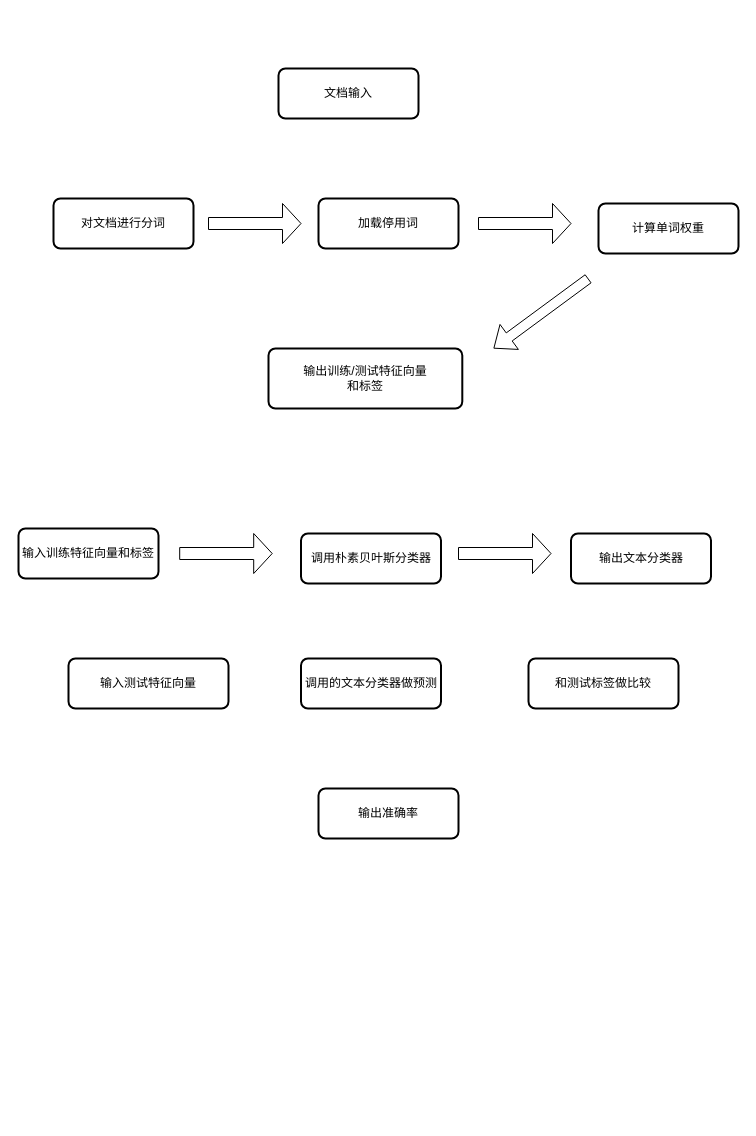
The draw.io diagram page "第 1 页" (1 of 2) of 贝叶斯文本分类流程.drawio in RecordLiu/blog_imgs, before the edit. Source tidied: cells renumbered, new cells numbered last; positions are measured from the earlier drawing's top-left corner, leaving out a move shared by most shapes. Both pictures are drawn from the tidied source at 100%, with x=0, y=0 at pixel (18, 68).
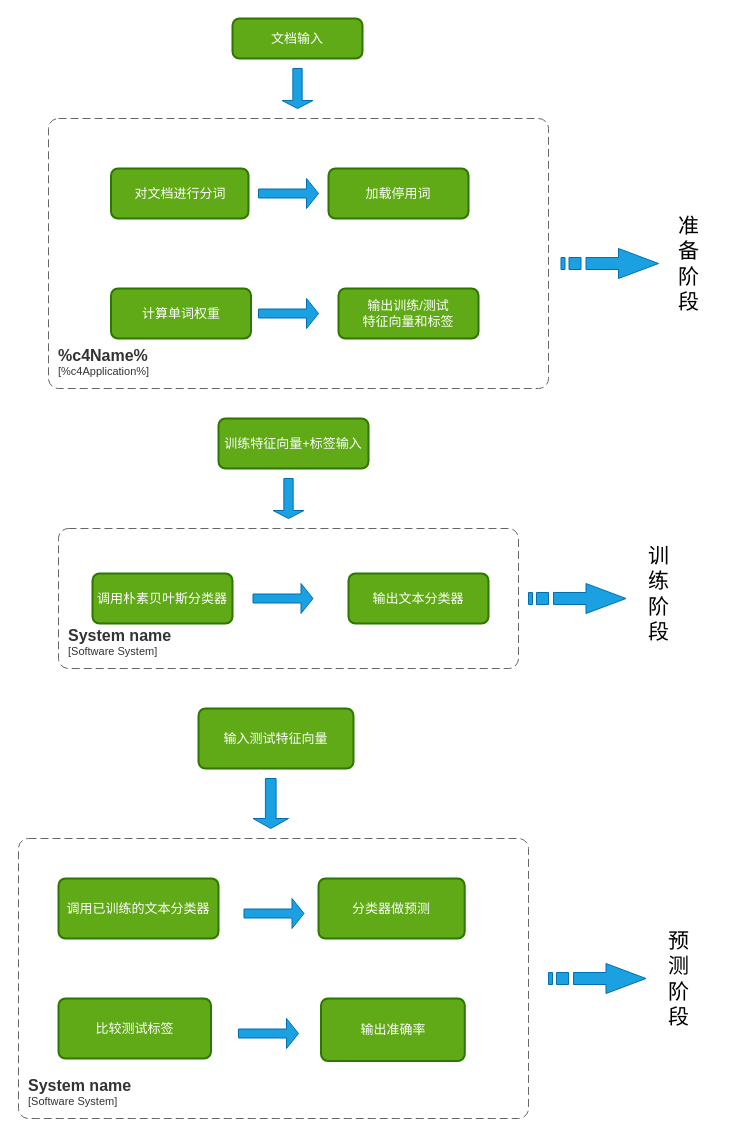
Above is the later version.

Commit message:
更新贝叶斯文本分类流程.drawio

Diff of the diagram source:
```diff
@@
-<mxGraphModel>
+<mxGraphModel background="#ffffff">
@@
-    <mxCell id="2" value="对文档进行分词" style="rounded=1;whiteSpace=wrap;html=1;absoluteArcSize=1;arcSize=14;strokeWidth=2;" parent="1" vertex="1">
-      <mxGeometry x="35" y="130" width="140" height="50" as="geometry" />
+    <mxCell id="2" value="&lt;font style=&quot;font-size: 13px;&quot;&gt;对文档进行分词&lt;/font&gt;" style="rounded=1;whiteSpace=wrap;html=1;absoluteArcSize=1;arcSize=14;strokeWidth=2;fillColor=#60a917;fontColor=#ffffff;strokeColor=#2D7600;" parent="1" vertex="1">
+      <mxGeometry x="92.5" y="100" width="137.5" height="50" as="geometry" />
     </mxCell>
-    <mxCell id="3" value="加载停用词" style="rounded=1;whiteSpace=wrap;html=1;absoluteArcSize=1;arcSize=14;strokeWidth=2;" parent="1" vertex="1">
-      <mxGeometry x="300" y="130" width="140" height="50" as="geometry" />
+    <mxCell id="3" value="&lt;font style=&quot;font-size: 13px;&quot;&gt;加载停用词&lt;/font&gt;" style="rounded=1;whiteSpace=wrap;html=1;absoluteArcSize=1;arcSize=14;strokeWidth=2;fillColor=#60a917;fontColor=#ffffff;strokeColor=#2D7600;" parent="1" vertex="1">
+      <mxGeometry x="310" y="100" width="140" height="50" as="geometry" />
     </mxCell>
-    <mxCell id="4" value="计算单词权重" style="rounded=1;whiteSpace=wrap;html=1;absoluteArcSize=1;arcSize=14;strokeWidth=2;" parent="1" vertex="1">
-      <mxGeometry x="580" y="135" width="140" height="50" as="geometry" />
+    <mxCell id="4" value="&lt;font style=&quot;font-size: 13px;&quot;&gt;计算单词权重&lt;/font&gt;" style="rounded=1;whiteSpace=wrap;html=1;absoluteArcSize=1;arcSize=14;strokeWidth=2;fillColor=#60a917;fontColor=#ffffff;strokeColor=#2D7600;" parent="1" vertex="1">
+      <mxGeometry x="92.5" y="220" width="140" height="50" as="geometry" />
     </mxCell>
-    <mxCell id="5" style="shape=singleArrow;whiteSpace=wrap;html=1;" parent="1" vertex="1">
-      <mxGeometry x="190" y="135" width="92.5" height="40" as="geometry" />
-    </mxCell>
-    <mxCell id="6" value="调用朴素贝叶斯分类器" style="rounded=1;whiteSpace=wrap;html=1;absoluteArcSize=1;arcSize=14;strokeWidth=2;" parent="1" vertex="1">
-      <mxGeometry x="282.5" y="465" width="140" height="50" as="geometry" />
+    <mxCell id="6" value="&lt;font style=&quot;font-size: 13px;&quot;&gt;调用朴素贝叶斯分类器&lt;/font&gt;" style="rounded=1;whiteSpace=wrap;html=1;absoluteArcSize=1;arcSize=14;strokeWidth=2;fillColor=#60a917;fontColor=#ffffff;strokeColor=#2D7600;" parent="1" vertex="1">
+      <mxGeometry x="74" y="505" width="140" height="50" as="geometry" />
     </mxCell>
-    <mxCell id="7" value="文档输入" style="rounded=1;whiteSpace=wrap;html=1;absoluteArcSize=1;arcSize=14;strokeWidth=2;" parent="1" vertex="1">
-      <mxGeometry x="260" width="140" height="50" as="geometry" />
+    <mxCell id="7" value="&lt;font style=&quot;font-size: 13px;&quot;&gt;文档输入&lt;/font&gt;" style="rounded=1;whiteSpace=wrap;html=1;absoluteArcSize=1;arcSize=14;strokeWidth=2;fillColor=#60a917;fontColor=#ffffff;strokeColor=#2D7600;" parent="1" vertex="1">
+      <mxGeometry x="214" y="-50" width="130" height="40" as="geometry" />
     </mxCell>
-    <mxCell id="8" value="&lt;div&gt;输出训练/测试特征向量&lt;/div&gt;&lt;div&gt;和标签&lt;/div&gt;" style="rounded=1;whiteSpace=wrap;html=1;absoluteArcSize=1;arcSize=14;strokeWidth=2;" parent="1" vertex="1">
-      <mxGeometry x="250" y="280" width="193.8" height="60" as="geometry" />
+    <mxCell id="8" value="&lt;div style=&quot;font-size: 13px;&quot;&gt;&lt;font style=&quot;font-size: 13px;&quot;&gt;输出训练/测试&lt;/font&gt;&lt;/div&gt;&lt;div style=&quot;font-size: 13px;&quot;&gt;&lt;font style=&quot;font-size: 13px;&quot;&gt;特征向量&lt;span style=&quot;background-color: initial;&quot;&gt;和标签&lt;/span&gt;&lt;/font&gt;&lt;/div&gt;" style="rounded=1;whiteSpace=wrap;html=1;absoluteArcSize=1;arcSize=14;strokeWidth=2;fillColor=#60a917;fontColor=#ffffff;strokeColor=#2D7600;" parent="1" vertex="1">
+      <mxGeometry x="320" y="220" width="140" height="50" as="geometry" />
     </mxCell>
-    <mxCell id="9" style="shape=flexArrow;endArrow=classic;html=1;rounded=0;" parent="1" edge="1">
-      <mxGeometry relative="1" as="geometry">
-        <mxPoint x="570" y="210" as="sourcePoint" />
-        <mxPoint x="475" y="280" as="targetPoint" />
-      </mxGeometry>
-    </mxCell>
-    <mxCell id="10" style="shape=singleArrow;whiteSpace=wrap;html=1;" parent="1" vertex="1">
-      <mxGeometry x="460" y="135" width="92.5" height="40" as="geometry" />
-    </mxCell>
-    <mxCell id="11" value="输入训练特征向量和标签" style="rounded=1;whiteSpace=wrap;html=1;absoluteArcSize=1;arcSize=14;strokeWidth=2;" parent="1" vertex="1">
-      <mxGeometry y="460" width="140" height="50" as="geometry" />
+    <mxCell id="11" value="&lt;font style=&quot;font-size: 13px;&quot;&gt;训练特征向量+标签输入&lt;/font&gt;" style="rounded=1;whiteSpace=wrap;html=1;absoluteArcSize=1;arcSize=14;strokeWidth=2;fillColor=#60a917;fontColor=#ffffff;strokeColor=#2D7600;" parent="1" vertex="1">
+      <mxGeometry x="200" y="350" width="150" height="50" as="geometry" />
     </mxCell>
-    <mxCell id="12" value="输出文本分类器" style="rounded=1;whiteSpace=wrap;html=1;absoluteArcSize=1;arcSize=14;strokeWidth=2;" parent="1" vertex="1">
-      <mxGeometry x="552.5" y="465" width="140" height="50" as="geometry" />
+    <mxCell id="12" value="&lt;font style=&quot;font-size: 13px;&quot;&gt;输出文本分类器&lt;/font&gt;" style="rounded=1;whiteSpace=wrap;html=1;absoluteArcSize=1;arcSize=14;strokeWidth=2;fillColor=#60a917;fontColor=#ffffff;strokeColor=#2D7600;" parent="1" vertex="1">
+      <mxGeometry x="330" y="505" width="140" height="50" as="geometry" />
     </mxCell>
-    <mxCell id="13" style="shape=singleArrow;whiteSpace=wrap;html=1;" parent="1" vertex="1">
-      <mxGeometry x="161.2" y="465" width="92.5" height="40" as="geometry" />
-    </mxCell>
-    <mxCell id="14" style="shape=singleArrow;whiteSpace=wrap;html=1;" parent="1" vertex="1">
-      <mxGeometry x="440" y="465" width="92.5" height="40" as="geometry" />
-    </mxCell>
-    <mxCell id="15" value="输入测试特征向量" style="rounded=1;whiteSpace=wrap;html=1;absoluteArcSize=1;arcSize=14;strokeWidth=2;" parent="1" vertex="1">
-      <mxGeometry x="50" y="590" width="160" height="50" as="geometry" />
+    <mxCell id="15" value="&lt;font style=&quot;font-size: 13px;&quot;&gt;输入测试特征向量&lt;/font&gt;" style="rounded=1;whiteSpace=wrap;html=1;absoluteArcSize=1;arcSize=14;strokeWidth=2;fillColor=#60a917;fontColor=#ffffff;strokeColor=#2D7600;" parent="1" vertex="1">
+      <mxGeometry x="180" y="640" width="155" height="60" as="geometry" />
     </mxCell>
-    <mxCell id="16" value="调用的文本分类器做预测" style="rounded=1;whiteSpace=wrap;html=1;absoluteArcSize=1;arcSize=14;strokeWidth=2;" parent="1" vertex="1">
-      <mxGeometry x="282.5" y="590" width="140" height="50" as="geometry" />
+    <mxCell id="16" value="&lt;font style=&quot;font-size: 13px;&quot;&gt;调用已训练的文本分类器&lt;/font&gt;" style="rounded=1;whiteSpace=wrap;html=1;absoluteArcSize=1;arcSize=14;strokeWidth=2;fillColor=#60a917;fontColor=#ffffff;strokeColor=#2D7600;" parent="1" vertex="1">
+      <mxGeometry x="40" y="810" width="160" height="60" as="geometry" />
     </mxCell>
-    <mxCell id="17" value="输出准确率" style="rounded=1;whiteSpace=wrap;html=1;absoluteArcSize=1;arcSize=14;strokeWidth=2;" parent="1" vertex="1">
-      <mxGeometry x="300" y="720" width="140" height="50" as="geometry" />
+    <mxCell id="17" value="&lt;font style=&quot;font-size: 13px;&quot;&gt;输出准确率&lt;/font&gt;" style="rounded=1;whiteSpace=wrap;html=1;absoluteArcSize=1;arcSize=14;strokeWidth=2;fillColor=#60a917;fontColor=#ffffff;strokeColor=#2D7600;" parent="1" vertex="1">
+      <mxGeometry x="302.5" y="930" width="143.8" height="62.5" as="geometry" />
     </mxCell>
-    <mxCell id="18" value="和测试标签做比较" style="rounded=1;whiteSpace=wrap;html=1;absoluteArcSize=1;arcSize=14;strokeWidth=2;" parent="1" vertex="1">
-      <mxGeometry x="510" y="590" width="150" height="50" as="geometry" />
+    <mxCell id="18" value="&lt;font style=&quot;font-size: 13px;&quot;&gt;比较测试标签&lt;/font&gt;" style="rounded=1;whiteSpace=wrap;html=1;absoluteArcSize=1;arcSize=14;strokeWidth=2;fillColor=#60a917;fontColor=#ffffff;strokeColor=#2D7600;" parent="1" vertex="1">
+      <mxGeometry x="40" y="930" width="152.5" height="60" as="geometry" />
     </mxCell>
+    <mxCell id="19" value="&lt;font style=&quot;font-size: 16px&quot;&gt;&lt;b&gt;&lt;div style=&quot;text-align: left&quot;&gt;%c4Name%&lt;/div&gt;&lt;/b&gt;&lt;/font&gt;&lt;div style=&quot;text-align: left&quot;&gt;[%c4Application%]&lt;/div&gt;" style="rounded=1;fontSize=11;whiteSpace=wrap;html=1;dashed=1;arcSize=20;fillColor=none;strokeColor=#666666;fontColor=#333333;labelBackgroundColor=none;align=left;verticalAlign=bottom;labelBorderColor=none;spacingTop=0;spacing=10;dashPattern=8 4;perimeter=rectanglePerimeter;noLabel=0;labelPadding=0;absoluteArcSize=1;" parent="1" vertex="1">
+      <mxGeometry x="30" y="50" width="500" height="270" as="geometry" />
+    </mxCell>
+    <mxCell id="20" style="shape=singleArrow;whiteSpace=wrap;html=1;fillColor=#1ba1e2;fontColor=#ffffff;strokeColor=#006EAF;" parent="1" vertex="1">
+      <mxGeometry x="240" y="110" width="60" height="30" as="geometry" />
+    </mxCell>
+    <mxCell id="21" style="shape=singleArrow;whiteSpace=wrap;html=1;fillColor=#1ba1e2;fontColor=#ffffff;strokeColor=#006EAF;" parent="1" vertex="1">
+      <mxGeometry x="240" y="230" width="60" height="30" as="geometry" />
+    </mxCell>
+    <mxCell id="22" style="shape=singleArrow;direction=south;whiteSpace=wrap;html=1;fillColor=#1ba1e2;fontColor=#ffffff;strokeColor=#006EAF;" parent="1" vertex="1">
+      <mxGeometry x="263.5" width="31" height="40" as="geometry" />
+    </mxCell>
+    <mxCell id="23" style="html=1;shadow=0;dashed=0;align=center;verticalAlign=middle;shape=mxgraph.arrows2.stripedArrow;dy=0.6;dx=40;notch=25;fillColor=#1ba1e2;fontColor=#ffffff;strokeColor=#006EAF;" parent="1" vertex="1">
+      <mxGeometry x="542.5" y="180" width="97.5" height="30" as="geometry" />
+    </mxCell>
+    <mxCell id="24" value="&lt;font style=&quot;font-size: 21px;&quot;&gt;准&lt;br&gt;备&lt;br&gt;阶&lt;br&gt;段&lt;/font&gt;" style="text;html=1;align=center;verticalAlign=middle;strokeColor=none;fillColor=none;" parent="1" vertex="1">
+      <mxGeometry x="650" y="140" width="40" height="110" as="geometry" />
+    </mxCell>
+    <mxCell id="25" style="shape=singleArrow;whiteSpace=wrap;html=1;fillColor=#1ba1e2;fontColor=#ffffff;strokeColor=#006EAF;" parent="1" vertex="1">
+      <mxGeometry x="234.5" y="515" width="60" height="30" as="geometry" />
+    </mxCell>
+    <mxCell id="26" style="shape=singleArrow;direction=south;whiteSpace=wrap;html=1;fillColor=#1ba1e2;fontColor=#ffffff;strokeColor=#006EAF;" parent="1" vertex="1">
+      <mxGeometry x="254.5" y="410" width="31" height="40" as="geometry" />
+    </mxCell>
+    <object id="27" label="&lt;font style=&quot;font-size: 16px&quot;&gt;&lt;b&gt;&lt;div style=&quot;text-align: left&quot;&gt;%c4Name%&lt;/div&gt;&lt;/b&gt;&lt;/font&gt;&lt;div style=&quot;text-align: left&quot;&gt;[%c4Application%]&lt;/div&gt;" c4Application="Software System" c4Name="System name" placeholders="1">
+      <mxCell style="rounded=1;fontSize=11;whiteSpace=wrap;html=1;dashed=1;arcSize=20;fillColor=none;strokeColor=#666666;fontColor=#333333;labelBackgroundColor=none;align=left;verticalAlign=bottom;labelBorderColor=none;spacingTop=0;spacing=10;dashPattern=8 4;perimeter=rectanglePerimeter;noLabel=0;labelPadding=0;absoluteArcSize=1;" parent="1" vertex="1">
+        <mxGeometry x="40" y="460" width="460" height="140" as="geometry" />
+      </mxCell>
+    </object>
+    <mxCell id="28" style="html=1;shadow=0;dashed=0;align=center;verticalAlign=middle;shape=mxgraph.arrows2.stripedArrow;dy=0.6;dx=40;notch=25;fillColor=#1ba1e2;fontColor=#ffffff;strokeColor=#006EAF;" parent="1" vertex="1">
+      <mxGeometry x="510" y="515" width="97.5" height="30" as="geometry" />
+    </mxCell>
+    <mxCell id="29" value="&lt;font style=&quot;font-size: 21px;&quot;&gt;训&lt;br&gt;练&lt;br&gt;阶&lt;br&gt;段&lt;/font&gt;" style="text;html=1;align=center;verticalAlign=middle;strokeColor=none;fillColor=none;" parent="1" vertex="1">
+      <mxGeometry x="620" y="470" width="40" height="110" as="geometry" />
+    </mxCell>
+    <mxCell id="30" value="&lt;font style=&quot;font-size: 13px;&quot;&gt;分类器做预测&lt;/font&gt;" style="rounded=1;whiteSpace=wrap;html=1;absoluteArcSize=1;arcSize=14;strokeWidth=2;fillColor=#60a917;fontColor=#ffffff;strokeColor=#2D7600;" parent="1" vertex="1">
+      <mxGeometry x="300" y="810" width="146.2" height="60" as="geometry" />
+    </mxCell>
+    <object id="31" label="&lt;font style=&quot;font-size: 16px&quot;&gt;&lt;b&gt;&lt;div style=&quot;text-align: left&quot;&gt;%c4Name%&lt;/div&gt;&lt;/b&gt;&lt;/font&gt;&lt;div style=&quot;text-align: left&quot;&gt;[%c4Application%]&lt;/div&gt;" c4Application="Software System" c4Name="System name" placeholders="1">
+      <mxCell style="rounded=1;fontSize=11;whiteSpace=wrap;html=1;dashed=1;arcSize=20;fillColor=none;strokeColor=#666666;fontColor=#333333;labelBackgroundColor=none;align=left;verticalAlign=bottom;labelBorderColor=none;spacingTop=0;spacing=10;dashPattern=8 4;perimeter=rectanglePerimeter;noLabel=0;labelPadding=0;absoluteArcSize=1;" parent="1" vertex="1">
+        <mxGeometry y="770" width="510" height="280" as="geometry" />
+      </mxCell>
+    </object>
+    <mxCell id="32" style="shape=singleArrow;whiteSpace=wrap;html=1;fillColor=#1ba1e2;fontColor=#ffffff;strokeColor=#006EAF;" parent="1" vertex="1">
+      <mxGeometry x="225.5" y="830" width="60" height="30" as="geometry" />
+    </mxCell>
+    <mxCell id="33" style="shape=singleArrow;whiteSpace=wrap;html=1;fillColor=#1ba1e2;fontColor=#ffffff;strokeColor=#006EAF;" parent="1" vertex="1">
+      <mxGeometry x="220" y="950" width="60" height="30" as="geometry" />
+    </mxCell>
+    <mxCell id="34" style="shape=singleArrow;direction=south;whiteSpace=wrap;html=1;fillColor=#1ba1e2;fontColor=#ffffff;strokeColor=#006EAF;" parent="1" vertex="1">
+      <mxGeometry x="234.5" y="710" width="35.5" height="50" as="geometry" />
+    </mxCell>
+    <mxCell id="35" style="html=1;shadow=0;dashed=0;align=center;verticalAlign=middle;shape=mxgraph.arrows2.stripedArrow;dy=0.6;dx=40;notch=25;fillColor=#1ba1e2;fontColor=#ffffff;strokeColor=#006EAF;" parent="1" vertex="1">
+      <mxGeometry x="530" y="895" width="97.5" height="30" as="geometry" />
+    </mxCell>
+    <mxCell id="36" value="&lt;font style=&quot;font-size: 21px;&quot;&gt;预&lt;br&gt;测&lt;br&gt;阶&lt;br&gt;段&lt;/font&gt;" style="text;html=1;align=center;verticalAlign=middle;strokeColor=none;fillColor=none;" parent="1" vertex="1">
+      <mxGeometry x="640" y="855" width="40" height="110" as="geometry" />
+    </mxCell>
```
